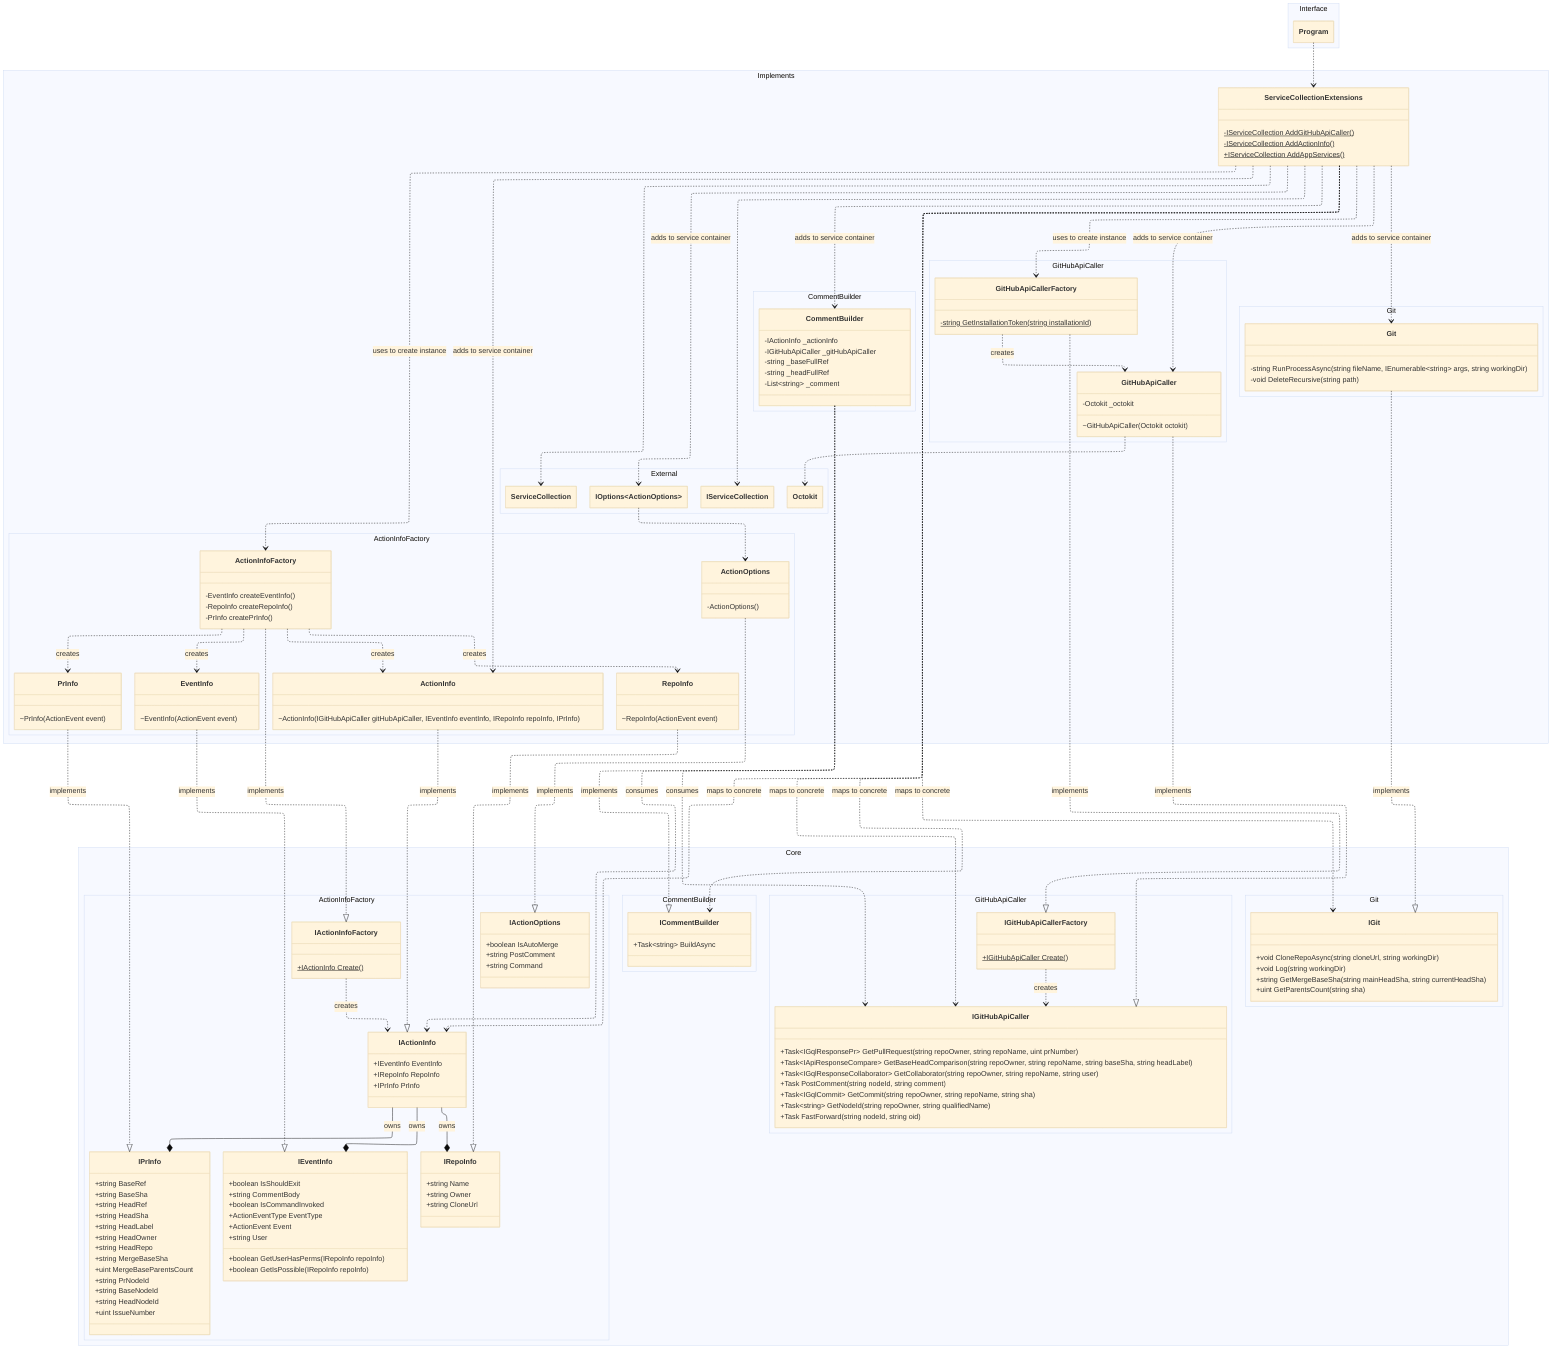
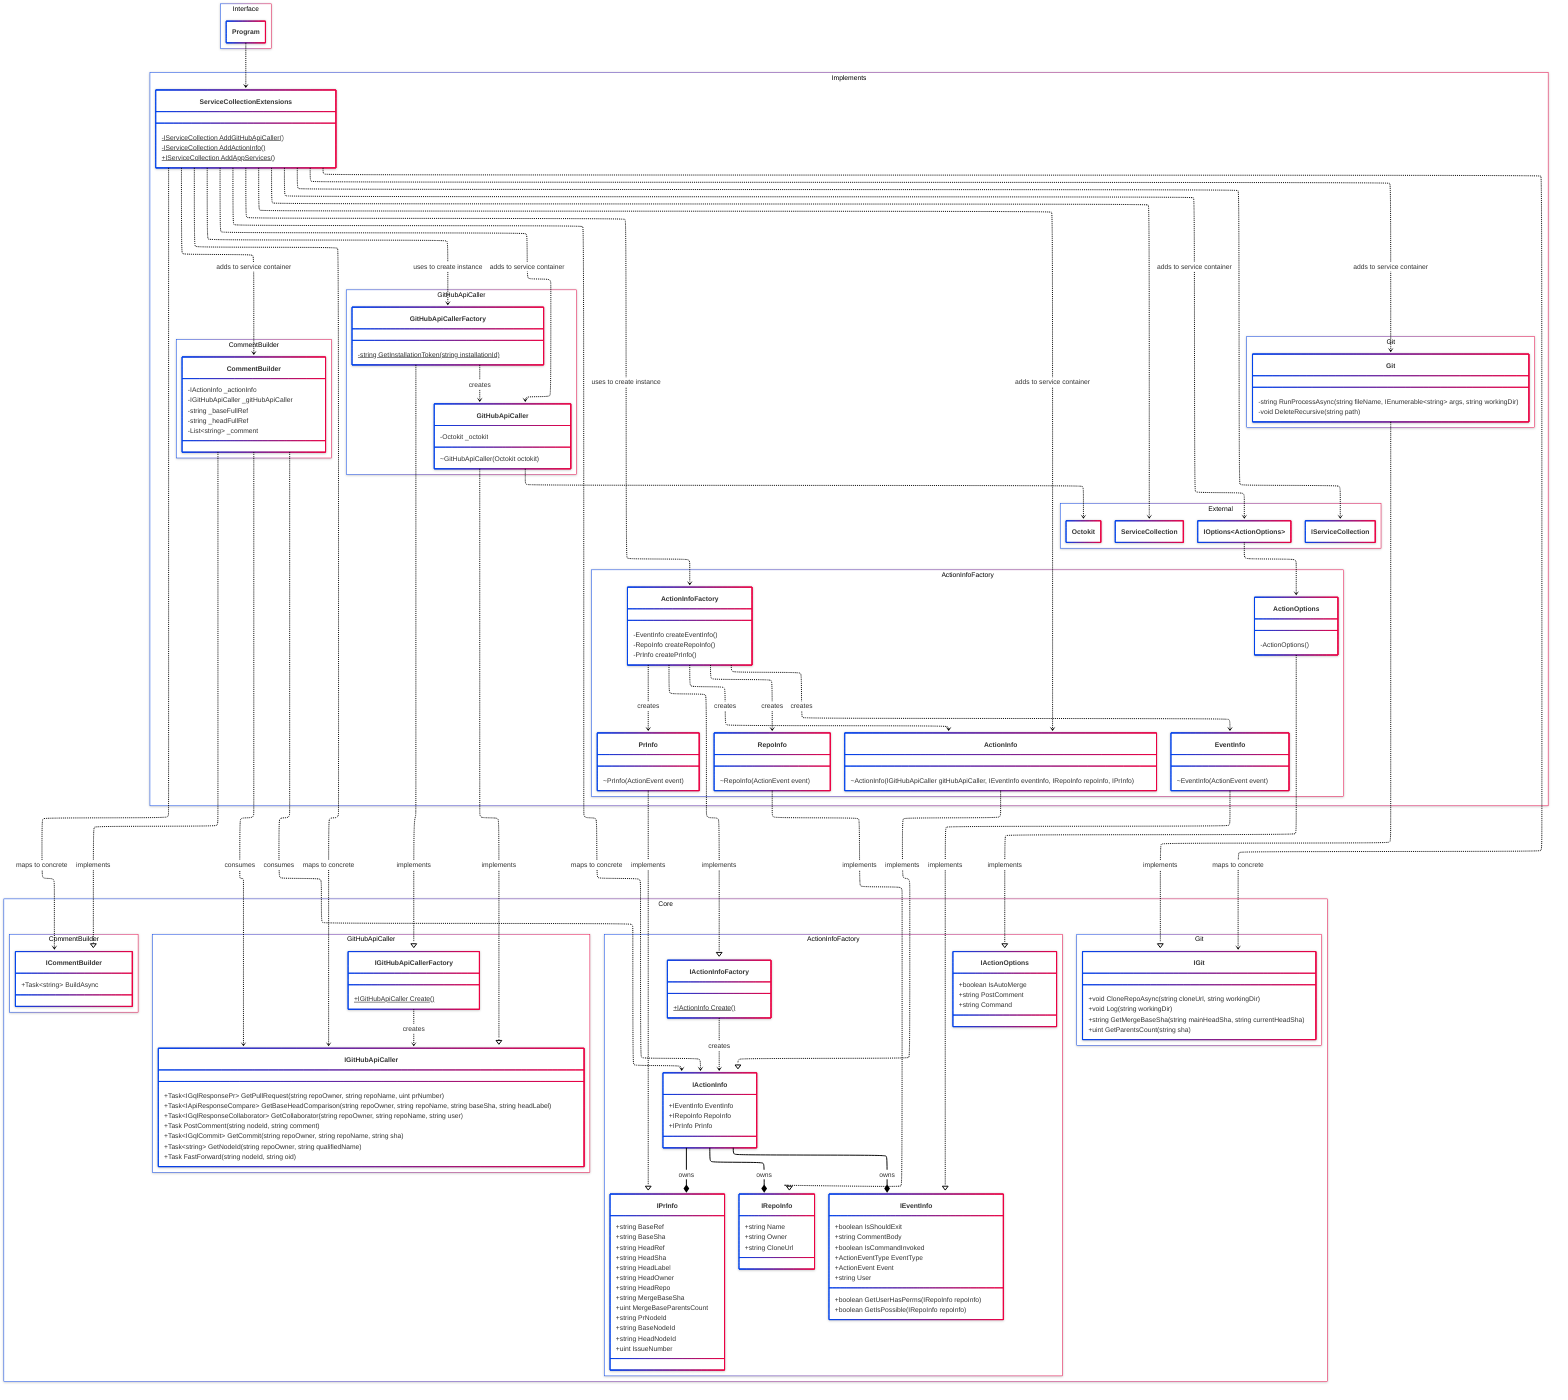
---
config:
  class:
    hideEmptyMembersBox: true
  layout: elk
-   elk:
-     mergeEdges: true
-   theme: base
+   theme: neo
+   look: neo
---

classDiagram
direction TB
  Program ..> ServiceCollectionExtensions

  %% App Services
  ServiceCollectionExtensions ..> IServiceCollection
  ServiceCollectionExtensions ..> ServiceCollection
  ServiceCollectionExtensions ..> ActionInfoFactory : uses to create instance
  ServiceCollectionExtensions ..> ActionInfo : adds to service container
  ServiceCollectionExtensions ..> IActionInfo : maps to concrete
  ServiceCollectionExtensions ..> GitHubApiCallerFactory : uses to create instance
  ServiceCollectionExtensions ..> GitHubApiCaller : adds to service container
  ServiceCollectionExtensions ..> IGitHubApiCaller : maps to concrete
  ServiceCollectionExtensions ..> Git : adds to service container
  ServiceCollectionExtensions ..> IGit : maps to concrete
  ServiceCollectionExtensions ..> CommentBuilder : adds to service container
  ServiceCollectionExtensions ..> ICommentBuilder : maps to concrete
  ServiceCollectionExtensions ..> IOptions~ActionOptions~ : adds to service container

  %% IActionInfoFactory
  IActionInfoFactory ..> IActionInfo : creates

  %% ActionInfoFactory
  ActionInfoFactory ..|> IActionInfoFactory : implements
  ActionInfoFactory ..> ActionInfo : creates
  ActionInfoFactory ..> EventInfo : creates
  ActionInfoFactory ..> RepoInfo : creates
  ActionInfoFactory ..> PrInfo : creates

  %% ActionOptions
  ActionOptions ..|> IActionOptions : implements
  IOptions~ActionOptions~ ..> ActionOptions

  %% CommentBuilder
  CommentBuilder ..|> ICommentBuilder : implements
  CommentBuilder ..> IActionInfo : consumes
  CommentBuilder ..> IGitHubApiCaller : consumes

  %% GitHubApiCallerFactory
  GitHubApiCallerFactory ..|> IGitHubApiCallerFactory : implements
  IGitHubApiCallerFactory ..> IGitHubApiCaller : creates
  GitHubApiCallerFactory ..> GitHubApiCaller : creates

  %% GitHubApiCaller
  GitHubApiCaller ..|> IGitHubApiCaller : implements
  GitHubApiCaller ..> Octokit

  %% ActionInfo
  ActionInfo ..|> IActionInfo : implements
  IActionInfo --* IEventInfo: owns
  IActionInfo --* IRepoInfo : owns
  IActionInfo --* IPrInfo : owns

  Git ..|> IGit : implements
  PrInfo ..|> IPrInfo : implements
  RepoInfo ..|> IRepoInfo : implements
  EventInfo ..|> IEventInfo : implements

  namespace Core {
    namespace CommentBuilder {
      class ICommentBuilder {
        +Task~string~ BuildAsync
      }
    }

    namespace Git {
      class IGit {
        +void CloneRepoAsync(string cloneUrl, string workingDir)
        +void Log(string workingDir)
        +string GetMergeBaseSha(string mainHeadSha, string currentHeadSha)
        +uint GetParentsCount(string sha)
      }
    }

    namespace ActionInfoFactory {
      class IActionInfoFactory {
        +IActionInfo Create()$
      }

      class IActionInfo {
        +IEventInfo EventInfo
        +IRepoInfo RepoInfo
        +IPrInfo PrInfo
      }

      class IPrInfo {
        +string BaseRef
        +string BaseSha
        +string HeadRef
        +string HeadSha
        +string HeadLabel
        +string HeadOwner
        +string HeadRepo
        +string MergeBaseSha
        +uint MergeBaseParentsCount
        +string PrNodeId
        +string BaseNodeId
        +string HeadNodeId
        +uint IssueNumber
      }

      class IRepoInfo {
        +string Name
        +string Owner
        +string CloneUrl
      }

      class IActionOptions {
        +boolean IsAutoMerge
        +string PostComment
        +string Command
      }

      class IEventInfo {
        +boolean IsShouldExit
        +string CommentBody
        +boolean IsCommandInvoked
        +ActionEventType EventType
        +ActionEvent Event
        +string User
        +boolean GetUserHasPerms(IRepoInfo repoInfo)
        +boolean GetIsPossible(IRepoInfo repoInfo)
      }
    }

    namespace GitHubApiCaller {
      class IGitHubApiCaller {
        +Task~IGqlResponsePr~ GetPullRequest(string repoOwner, string repoName, uint prNumber)
        +Task~IApiResponseCompare~ GetBaseHeadComparison(string repoOwner, string repoName, string baseSha, string headLabel)
        +Task~IGqlResponseCollaborator~ GetCollaborator(string repoOwner, string repoName, string user)
        +Task PostComment(string nodeId, string comment)
        +Task~IGqlCommit~ GetCommit(string repoOwner, string repoName, string sha)
        +Task~string~ GetNodeId(string repoOwner, string qualifiedName)
        +Task FastForward(string nodeId, string oid)
      }

      class IGitHubApiCallerFactory {
        +IGitHubApiCaller Create()$
      }
    }
  }

  namespace Implements {
    namespace External {
      class ServiceCollection { }
      class IServiceCollection { }
      class IOptions~ActionOptions~ { }
      class Octokit { }
    }

    namespace CommentBuilder {
      class CommentBuilder {
        -IActionInfo _actionInfo
        -IGitHubApiCaller _gitHubApiCaller
        -string _baseFullRef
        -string _headFullRef
        -List~string~ _comment
      }
    }

    namespace Git {
      class Git {
        -string RunProcessAsync(string fileName, IEnumerable~string~ args, string workingDir)
        -void DeleteRecursive(string path)
      }
    }

    namespace ActionInfoFactory {
      class ActionInfoFactory {
        -EventInfo createEventInfo()
        -RepoInfo createRepoInfo()
        -PrInfo createPrInfo()
      }

      class ActionInfo {
        ~ActionInfo(IGitHubApiCaller gitHubApiCaller, IEventInfo eventInfo, IRepoInfo repoInfo, IPrInfo)
      }

      class PrInfo {
        ~PrInfo(ActionEvent event)
      }

      class RepoInfo {
        ~RepoInfo(ActionEvent event)
      }

      class ActionOptions {
        -ActionOptions()
      }

      class EventInfo {
        ~EventInfo(ActionEvent event)
      }
    }

    namespace GitHubApiCaller {
      class GitHubApiCaller {
        -Octokit _octokit
        ~GitHubApiCaller(Octokit octokit)
      }

      class GitHubApiCallerFactory {
        -string GetInstallationToken(string installationId)$
      }
    }

    class ServiceCollectionExtensions {
      -IServiceCollection AddGitHubApiCaller()$
      -IServiceCollection AddActionInfo()$
      +IServiceCollection AddAppServices()$
    }
  }

  namespace Interface {
    class Program { }
  }